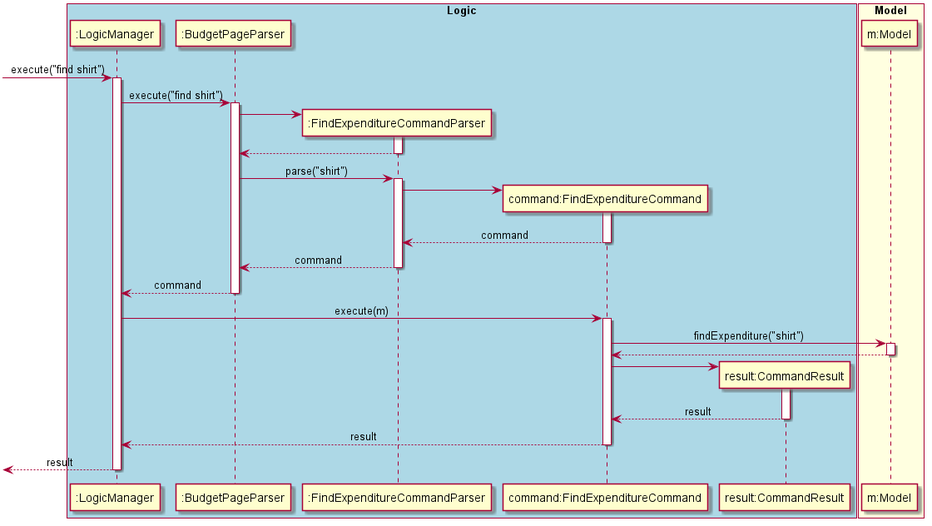
Before: docs/diagrams/commandsPlantUML/diagram/FindExpenditureCommand.png, a diagram exported from PlantUML (yu-ming-chen/tp). Source of this version:
```plantuml
@startuml
skinparam Sequence {
    MessageAlign center
}
box "Logic" #LightBlue
participant ":LogicManager" as LM
participant ":BudgetPageParser" as BPP
participant ":FindExpenditureCommandParser" as FECP
participant "command:FindExpenditureCommand" as FEC
participant "result:CommandResult" as CR
end box

box "Model" #LightYellow
participant "m:Model" as M
end box

[-> LM : execute("find shirt")
activate LM
LM -> BPP : execute("find shirt")
activate BPP

create FECP
BPP -> FECP
activate FECP
BPP <-- FECP
deactivate FECP

BPP -> FECP : parse("shirt")
activate FECP

create FEC
FECP -> FEC
activate FEC
FECP <-- FEC : command
deactivate FEC

BPP <-- FECP : command
deactivate FECP

LM <-- BPP : command
deactivate BPP

LM -> FEC : execute(m)
activate FEC
FEC -> M : findExpenditure("shirt")
activate M
FEC <-- M
deactivate M

create CR
FEC -> CR
activate CR
FEC <-- CR : result
deactivate CR

LM <-- FEC : result
deactivate FEC

[<-- LM: result
deactivate LM

@enduml
```
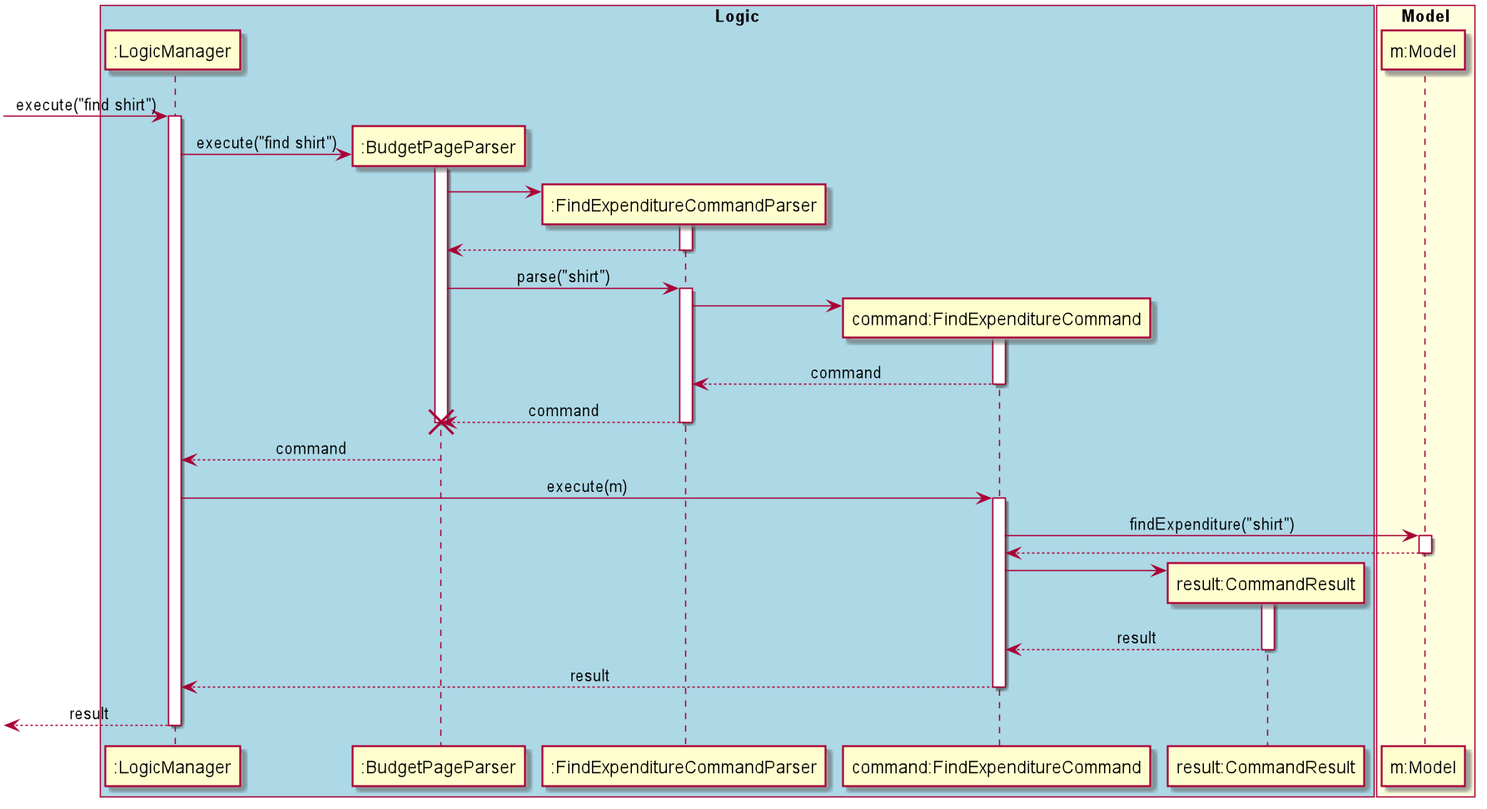
After the commit.

What changed in the source:
```diff
@@ -16,6 +16,7 @@
 
 [-> LM : execute("find shirt")
 activate LM
+create BPP
 LM -> BPP : execute("find shirt")
 activate BPP
 
@@ -36,6 +37,7 @@
 
 BPP <-- FECP : command
 deactivate FECP
+destroy BPP
 
 LM <-- BPP : command
 deactivate BPP
```
